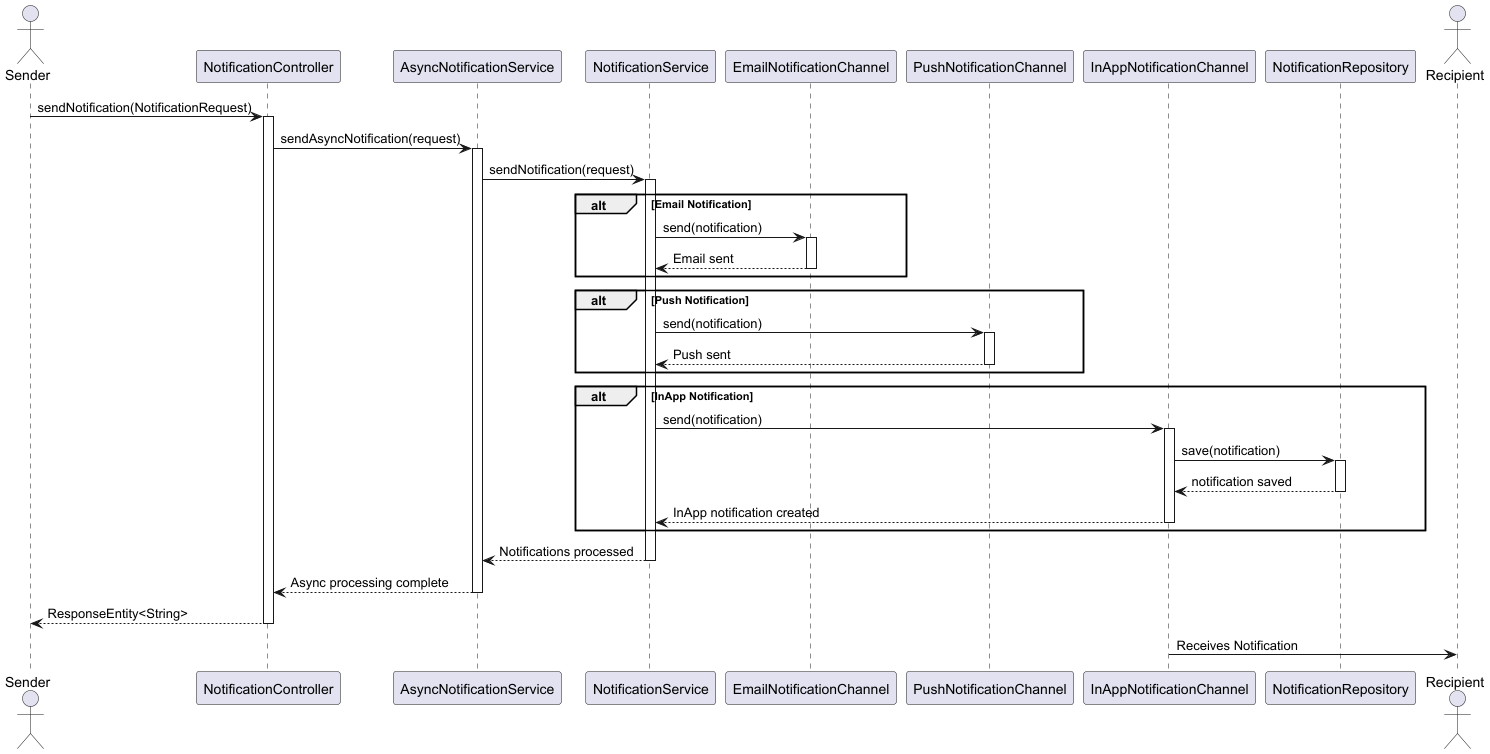
This is src/main/java/org/example/sem_backend/modules/notification_module/docs/sequenceNotify-0.png from tammysensitive2312/SEM_Software_back-end, a PlantUML export, as it was before one commit.
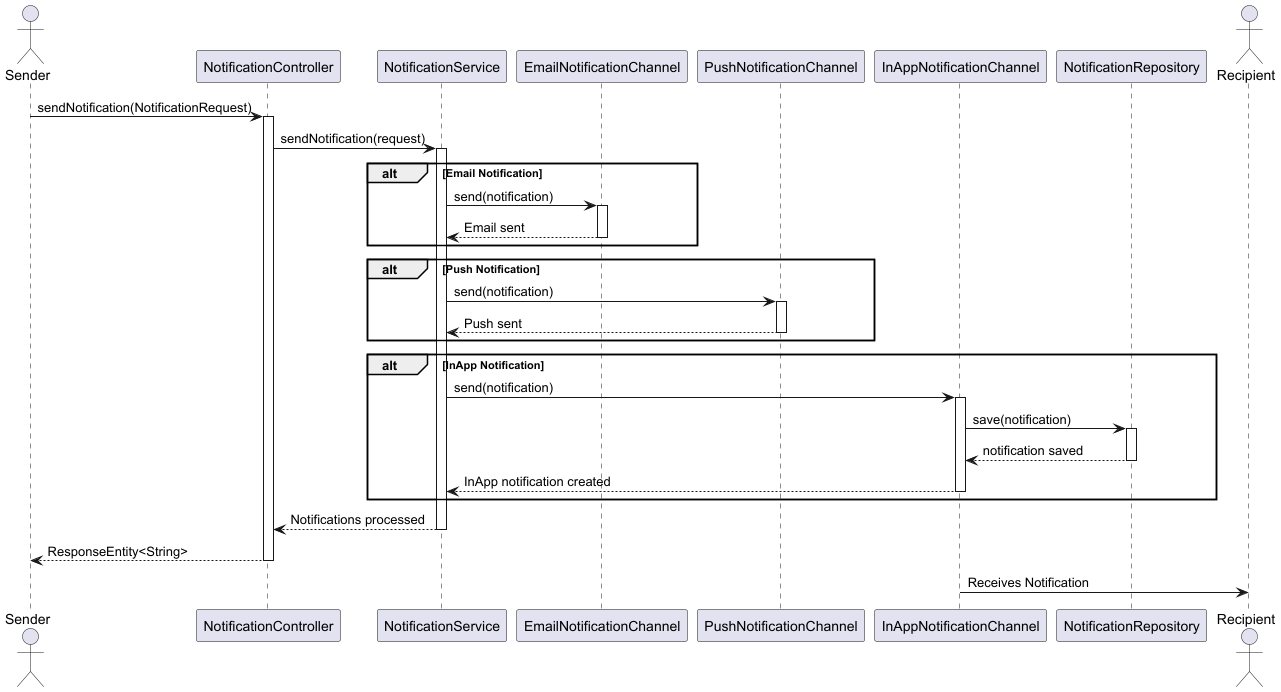
Above is the later version.

Change to the diagram source:
```diff
@@ -1,7 +1,6 @@
 @startuml
 actor Sender
 participant "NotificationController" as Controller
-participant "AsyncNotificationService" as AsyncService
 participant "NotificationService" as NotificationService
 participant "EmailNotificationChannel" as EmailChannel
 participant "PushNotificationChannel" as PushChannel
@@ -12,10 +11,8 @@
 Sender -> Controller : sendNotification(NotificationRequest)
 activate Controller
 
-Controller -> AsyncService : sendAsyncNotification(request)
-activate AsyncService
 
-AsyncService -> NotificationService : sendNotification(request)
+Controller -> NotificationService : sendNotification(request)
 activate NotificationService
 
 alt Email Notification
@@ -43,11 +40,8 @@
     deactivate InAppChannel
 end
 
-NotificationService --> AsyncService : Notifications processed
+NotificationService --> Controller : Notifications processed
 deactivate NotificationService
-
-AsyncService --> Controller : Async processing complete
-deactivate AsyncService
 
 Controller --> Sender : ResponseEntity<String>
 deactivate Controller
```
